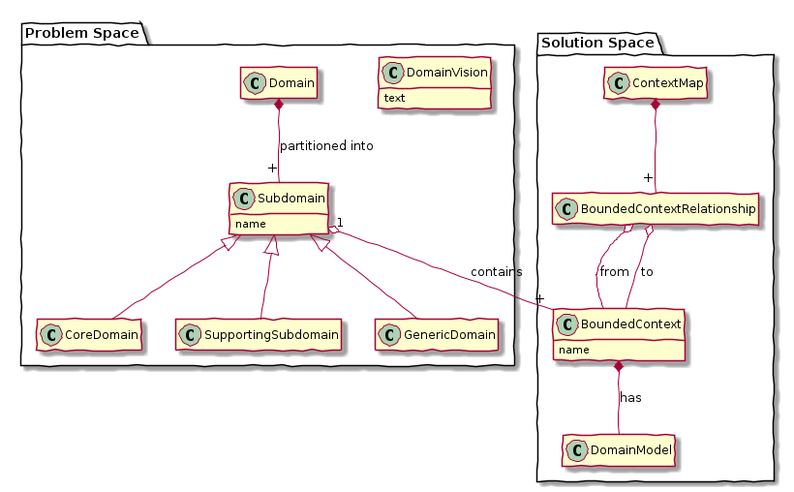
The PlantUML diagram DDD.png in cer/meta-ddd, before a commit. Source of this version:
```plantuml
@startuml

hide empty members
skinparam handwritten true

package "Problem Space" {

  class DomainVision {
    text
  }

  class Domain

  class Subdomain {
    name
  }

  class CoreDomain
  class SupportingSubdomain
  class GenericDomain
}

Domain *-- "+" Subdomain : partitioned into

Subdomain <|-- CoreDomain
Subdomain <|-- SupportingSubdomain
Subdomain <|-- GenericDomain

package "Solution Space" {

  class BoundedContext {
    name
  }

  class DomainModel {

  }

  class BoundedContextRelationship

  class ContextMap
}

Subdomain "1" o-- "+" BoundedContext : contains
BoundedContext *-- DomainModel : has

ContextMap *-- "+" BoundedContextRelationship

BoundedContextRelationship o-- BoundedContext : from
BoundedContextRelationship o-- BoundedContext : to

@enduml
```
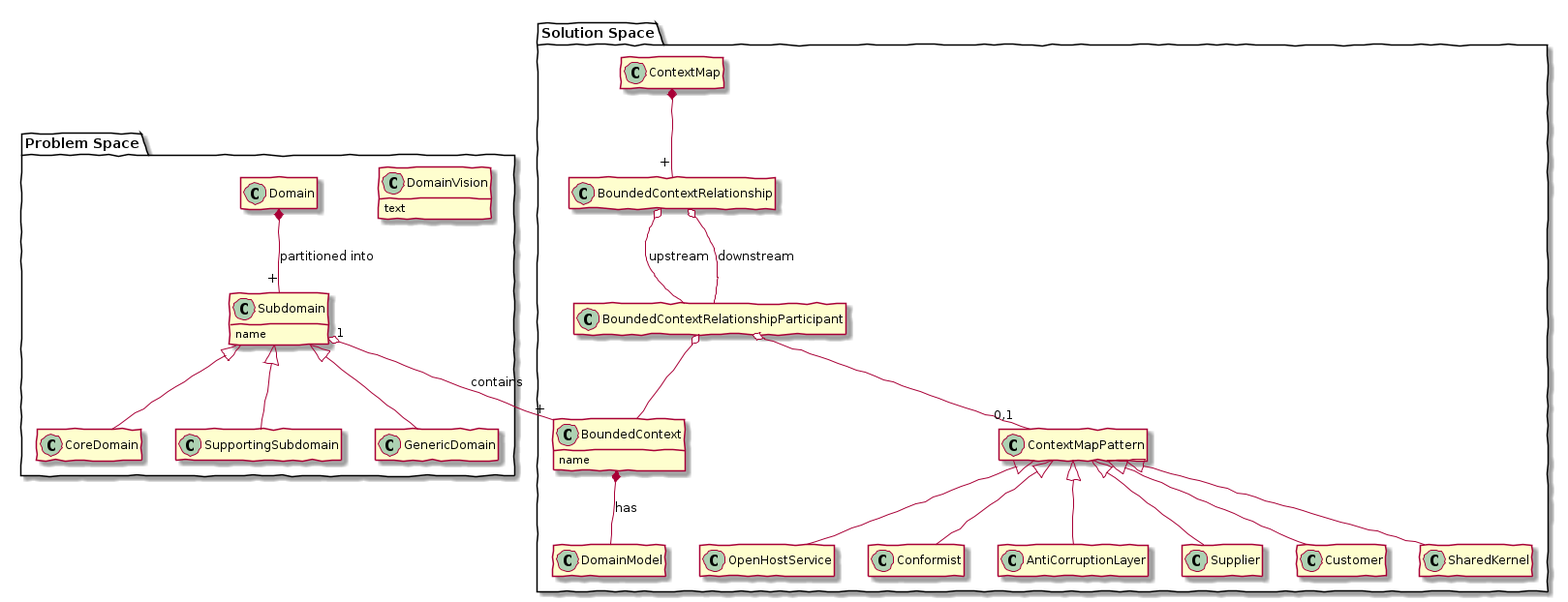
The same file after the commit.

Commit message:
Added the context map patterns

The edit, as a diff of the source:
```diff
@@ -37,6 +37,16 @@
   }
 
   class BoundedContextRelationship
+  class BoundedContextRelationshipParticipant
+
+  class ContextMapPattern
+  class OpenHostService
+  class Conformist
+  class AntiCorruptionLayer
+  class Supplier
+  class Customer
+  class SharedKernel
+
 
   class ContextMap
 }
@@ -46,7 +56,18 @@
 
 ContextMap *-- "+" BoundedContextRelationship
 
-BoundedContextRelationship o-- BoundedContext : from
-BoundedContextRelationship o-- BoundedContext : to
+BoundedContextRelationship o-- BoundedContextRelationshipParticipant : upstream
+BoundedContextRelationship o-- BoundedContextRelationshipParticipant : downstream
+
+BoundedContextRelationshipParticipant o-- BoundedContext
+BoundedContextRelationshipParticipant o-- "0,1" ContextMapPattern
+
+ContextMapPattern <|-- OpenHostService
+ContextMapPattern <|-- Conformist
+ContextMapPattern <|-- AntiCorruptionLayer
+ContextMapPattern <|-- Supplier
+ContextMapPattern <|-- Customer
+ContextMapPattern <|-- SharedKernel
+
 
 @enduml
```
